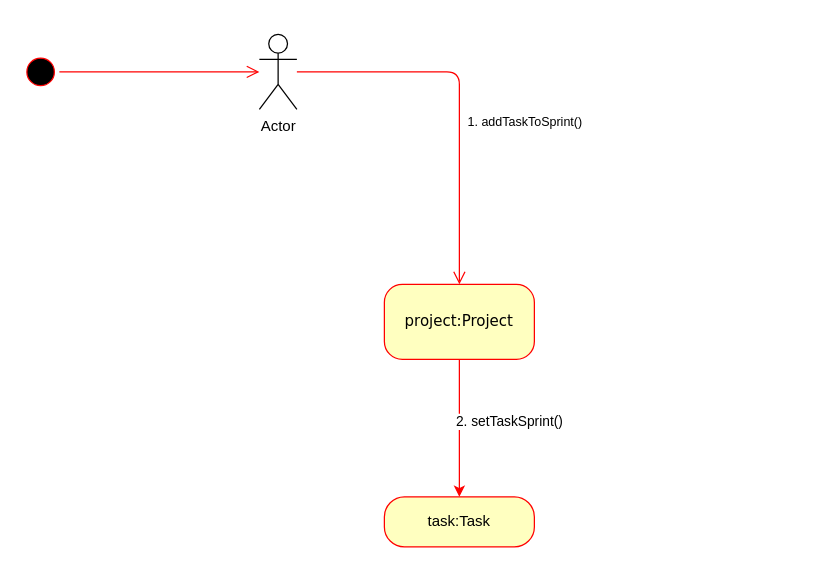
Before: Behavioral Modeling/com diagram - task - edit task members.drawio in amirabbas8/ScrumOfficer, a draw.io diagram. Source tidied: cells renumbered, new cells numbered last; positions are measured from the earlier drawing's top-left corner, leaving out a move shared by most shapes. Both pictures are drawn from the tidied source at 125%, with x=0, y=0 at pixel (21, 34).
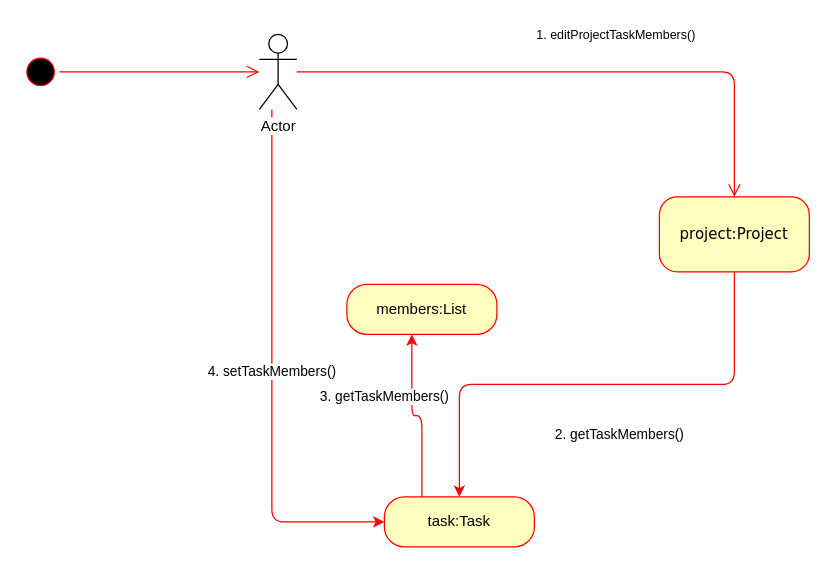
The same diagram, later.

Commit message:
edit task member com dgrm #25

What changed in the source:
```diff
@@
 <mxGraphModel background="#ffffff">
   <root>
     <mxCell id="0" />
     <mxCell id="1" parent="0" />
     <mxCell id="2" style="ellipse;html=1;shape=startState;fillColor=#000000;strokeColor=#ff0000;rounded=1;shadow=0;comic=0;labelBackgroundColor=none;fontFamily=Verdana;fontSize=12;fontColor=#000000;align=center;direction=south;" parent="1" vertex="1">
       <mxGeometry y="15" width="30" height="30" as="geometry" />
     </mxCell>
-    <mxCell id="3" value="2. setTaskSprint()" style="edgeStyle=orthogonalEdgeStyle;rounded=1;jettySize=auto;html=1;exitX=0.5;exitY=1;exitDx=0;exitDy=0;strokeColor=#FF0000;" parent="1" edge="1" source="4" target="9">
+    <mxCell id="3" value="2. getTaskMembers()" style="edgeStyle=orthogonalEdgeStyle;rounded=1;jettySize=auto;html=1;exitX=0.5;exitY=1;exitDx=0;exitDy=0;strokeColor=#FF0000;" parent="1" edge="1" source="4" target="9">
       <mxGeometry x="-0.09" y="40" relative="1" as="geometry" />
     </mxCell>
     <mxCell id="4" value="project:Project" style="rounded=1;whiteSpace=wrap;html=1;arcSize=24;fillColor=#ffffc0;strokeColor=#ff0000;shadow=0;comic=0;labelBackgroundColor=none;fontFamily=Verdana;fontSize=12;fontColor=#000000;align=center;" parent="1" vertex="1">
-      <mxGeometry x="290" y="200" width="120" height="60" as="geometry" />
+      <mxGeometry x="510" y="130" width="120" height="60" as="geometry" />
     </mxCell>
     <mxCell id="5" style="edgeStyle=orthogonalEdgeStyle;html=1;labelBackgroundColor=none;endArrow=open;endSize=8;strokeColor=#ff0000;fontFamily=Verdana;fontSize=12;align=left;" parent="1" edge="1" source="2">
       <mxGeometry relative="1" as="geometry">
         <mxPoint x="190" y="30" as="targetPoint" />
       </mxGeometry>
     </mxCell>
     <mxCell id="6" style="edgeStyle=orthogonalEdgeStyle;html=1;labelBackgroundColor=none;endArrow=open;endSize=8;strokeColor=#ff0000;fontFamily=Verdana;fontSize=12;align=left;" parent="1" edge="1" target="4">
       <mxGeometry relative="1" as="geometry">
         <mxPoint x="220" y="30" as="sourcePoint" />
         <Array as="points">
           <mxPoint x="230" y="30" />
           <mxPoint x="350" y="30" />
         </Array>
       </mxGeometry>
     </mxCell>
+    <mxCell id="10" value="4. setTaskMembers()" style="edgeStyle=orthogonalEdgeStyle;rounded=1;jettySize=auto;html=1;entryX=0;entryY=0.5;entryDx=0;entryDy=0;strokeColor=#FF0000;" parent="1" edge="1" source="7" target="9">
+      <mxGeometry relative="1" as="geometry">
+        <Array as="points">
+          <mxPoint x="200" y="390" />
+        </Array>
+      </mxGeometry>
+    </mxCell>
     <mxCell id="7" value="Actor" style="shape=umlActor;verticalLabelPosition=bottom;labelBackgroundColor=#ffffff;verticalAlign=top;html=1;outlineConnect=0;" parent="1" vertex="1">
       <mxGeometry x="190" width="30" height="60" as="geometry" />
     </mxCell>
-    <mxCell id="8" value="&lt;font style=&quot;font-size: 10px&quot;&gt;1. addTaskToSprint()&lt;/font&gt;" style="text;html=1;align=left;verticalAlign=top;spacingTop=-4;" parent="1" vertex="1">
-      <mxGeometry x="355" y="60" width="110" height="20" as="geometry" />
+    <mxCell id="8" value="&lt;font style=&quot;font-size: 10px&quot;&gt;1. editProjectTaskMembers()&lt;/font&gt;" style="text;html=1;align=left;verticalAlign=top;spacingTop=-4;" parent="1" vertex="1">
+      <mxGeometry x="410" y="-10" width="140" height="20" as="geometry" />
     </mxCell>
+    <mxCell id="11" value="3. getTaskMembers()" style="edgeStyle=orthogonalEdgeStyle;rounded=1;jettySize=auto;html=1;exitX=0.25;exitY=0;exitDx=0;exitDy=0;entryX=0.433;entryY=1;entryDx=0;entryDy=0;entryPerimeter=0;strokeColor=#FF0000;" parent="1" edge="1" source="9" target="12">
+      <mxGeometry x="0.28" y="22" relative="1" as="geometry" />
+    </mxCell>
     <mxCell id="9" value="task:Task" style="rounded=1;whiteSpace=wrap;html=1;arcSize=40;fontColor=#000000;fillColor=#ffffc0;strokeColor=#ff0000;" parent="1" vertex="1">
       <mxGeometry x="290" y="370" width="120" height="40" as="geometry" />
     </mxCell>
+    <mxCell id="12" value="members:List" style="rounded=1;whiteSpace=wrap;html=1;arcSize=40;fontColor=#000000;fillColor=#ffffc0;strokeColor=#ff0000;" parent="1" vertex="1">
+      <mxGeometry x="260" y="200" width="120" height="40" as="geometry" />
+    </mxCell>
   </root>
 </mxGraphModel>
```
